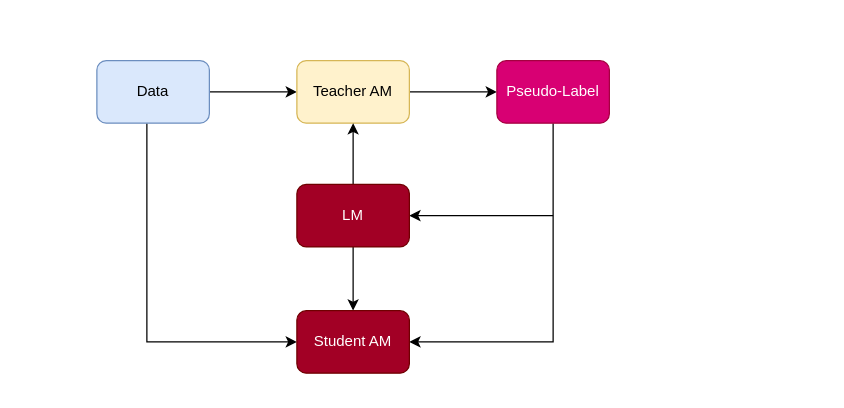
Above: semi_supervised.drawio in changhaoshan/my_first_git (draw.io), before the change. Source tidied: cells renumbered, new cells numbered last; positions are measured from the earlier drawing's top-left corner, leaving out a move shared by most shapes. Both pictures are drawn from the tidied source at 125%, with x=0, y=0 at pixel (96, 60).
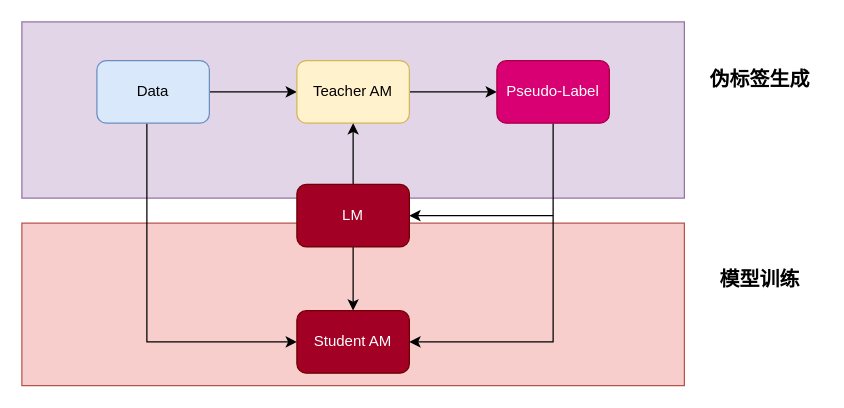
The same page after the edit.

The edit, as a diff of the source:
```diff
@@
+    <mxCell id="14" style="rounded=0;whiteSpace=wrap;html=1;fillColor=#f8cecc;strokeColor=#b85450;" parent="1" vertex="1">
+      <mxGeometry x="-60" y="130" width="530" height="130" as="geometry" />
+    </mxCell>
+    <mxCell id="15" style="rounded=0;whiteSpace=wrap;html=1;fillColor=#e1d5e7;strokeColor=#9673a6;" parent="1" vertex="1">
+      <mxGeometry x="-60" y="-31" width="530" height="141" as="geometry" />
+    </mxCell>
@@
+    <mxCell id="16" value="&lt;font style=&quot;font-size: 16px;&quot;&gt;&lt;b&gt;伪标签生成&lt;/b&gt;&lt;/font&gt;" style="text;html=1;align=center;verticalAlign=middle;strokeColor=none;fillColor=none;" parent="1" vertex="1">
+      <mxGeometry x="480" width="100" height="30" as="geometry" />
+    </mxCell>
+    <mxCell id="17" value="&lt;span style=&quot;font-size: 16px;&quot;&gt;&lt;b&gt;模型训练&lt;/b&gt;&lt;/span&gt;" style="text;html=1;align=center;verticalAlign=middle;strokeColor=none;fillColor=none;" parent="1" vertex="1">
+      <mxGeometry x="485" y="160" width="90" height="30" as="geometry" />
+    </mxCell>
```
